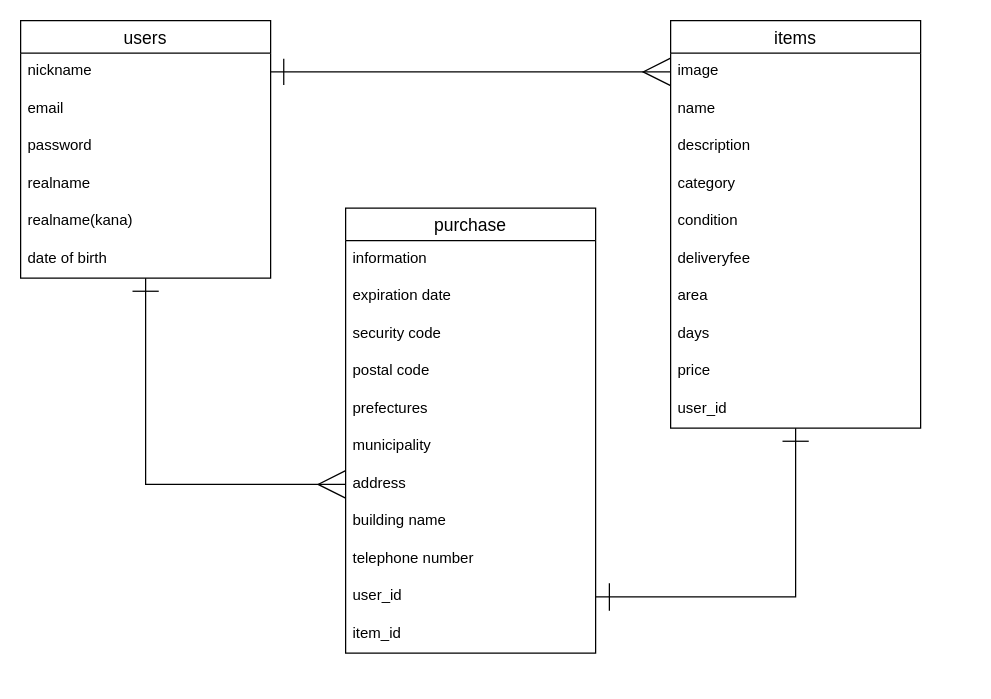
Before: db.dio in yu-suke-sun/furima-32360, a draw.io diagram. Source tidied: cells renumbered, new cells numbered last; positions are measured from the earlier drawing's top-left corner, leaving out a move shared by most shapes. Both pictures are drawn from the tidied source at 125%, with x=0, y=0 at pixel (20, 20).
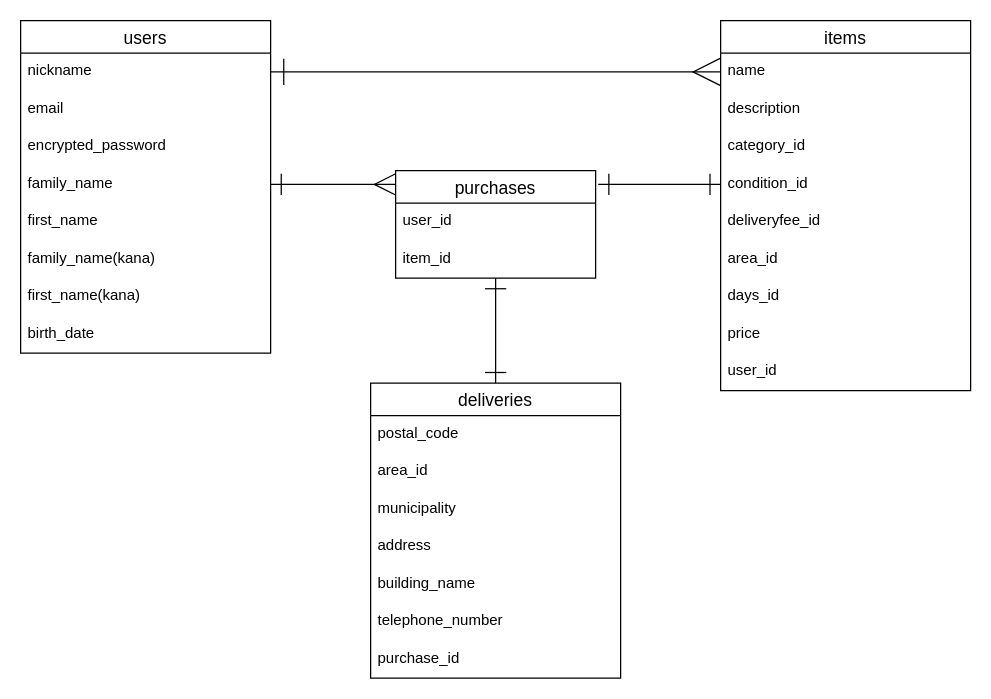
The same page after the edit.

Commit message (it also covers changes not shown here):
データベース設計の編集

The change refers to these unchanged cells:
```xml
<mxCell id="4" value="nickname" style="text;strokeColor=none;fillColor=none;spacingLeft=4;spacingRight=4;overflow=hidden;points=[[0,0.5],[1,0.5]];portConstraint=eastwest;fontSize=12;" parent="3" vertex="1">
  <mxGeometry y="26" width="200" height="30" as="geometry" />
</mxCell>
```

Diff of the diagram source:
```diff
@@
-    <mxCell id="2" style="edgeStyle=orthogonalEdgeStyle;rounded=0;jumpSize=5;jettySize=auto;html=1;startArrow=ERone;startFill=0;startSize=19;endSize=20;targetPerimeterSpacing=0;strokeWidth=1;fontFamily=Helvetica;fontSize=40;align=center;endArrow=ERmany;endFill=0;" parent="1" edge="1" source="3" target="29">
-      <mxGeometry relative="1" as="geometry" />
-    </mxCell>
     <mxCell id="3" value="users" style="swimlane;fontStyle=0;horizontal=1;startSize=26;align=center;fontSize=14;" parent="1" vertex="1">
-      <mxGeometry width="200" height="206" as="geometry" />
+      <mxGeometry width="200" height="266" as="geometry" />
     </mxCell>
@@
-    <mxCell id="6" value="password" style="text;strokeColor=none;fillColor=none;spacingLeft=4;spacingRight=4;overflow=hidden;fontSize=12;" parent="3" vertex="1">
+    <mxCell id="6" value="encrypted_password" style="text;strokeColor=none;fillColor=none;spacingLeft=4;spacingRight=4;overflow=hidden;fontSize=12;" parent="3" vertex="1">
       <mxGeometry y="86" width="200" height="30" as="geometry" />
     </mxCell>
-    <mxCell id="7" value="realname" style="text;strokeColor=none;fillColor=none;spacingLeft=4;spacingRight=4;overflow=hidden;points=[[0,0.5],[1,0.5]];portConstraint=eastwest;fontSize=12;" parent="3" vertex="1">
+    <mxCell id="7" value="family_name" style="text;strokeColor=none;fillColor=none;spacingLeft=4;spacingRight=4;overflow=hidden;points=[[0,0.5],[1,0.5]];portConstraint=eastwest;fontSize=12;" parent="3" vertex="1">
       <mxGeometry y="116" width="200" height="30" as="geometry" />
     </mxCell>
-    <mxCell id="8" value="realname(kana)" style="text;strokeColor=none;fillColor=none;spacingLeft=4;spacingRight=4;overflow=hidden;fontSize=12;" parent="3" vertex="1">
+    <mxCell id="8" value="first_name" style="text;strokeColor=none;fillColor=none;spacingLeft=4;spacingRight=4;overflow=hidden;fontSize=12;" parent="3" vertex="1">
       <mxGeometry y="146" width="200" height="30" as="geometry" />
     </mxCell>
+    <mxCell id="35" value="family_name(kana)" style="text;strokeColor=none;fillColor=none;spacingLeft=4;spacingRight=4;overflow=hidden;fontSize=12;" parent="3" vertex="1">
+      <mxGeometry y="176" width="200" height="30" as="geometry" />
+    </mxCell>
+    <mxCell id="36" value="first_name(kana)" style="text;strokeColor=none;fillColor=none;spacingLeft=4;spacingRight=4;overflow=hidden;fontSize=12;" parent="3" vertex="1">
+      <mxGeometry y="206" width="200" height="30" as="geometry" />
+    </mxCell>
-    <mxCell id="9" value="date of birth" style="text;strokeColor=none;fillColor=none;spacingLeft=4;spacingRight=4;overflow=hidden;fontSize=12;" parent="3" vertex="1">
-      <mxGeometry y="176" width="200" height="30" as="geometry" />
+    <mxCell id="9" value="birth_date" style="text;strokeColor=none;fillColor=none;spacingLeft=4;spacingRight=4;overflow=hidden;fontSize=12;" parent="3" vertex="1">
+      <mxGeometry y="236" width="200" height="30" as="geometry" />
     </mxCell>
-    <mxCell id="10" style="edgeStyle=orthogonalEdgeStyle;rounded=0;jumpSize=5;jettySize=auto;html=1;startArrow=ERone;startFill=0;startSize=19;endArrow=ERone;endFill=0;endSize=20;targetPerimeterSpacing=0;strokeWidth=1;fontFamily=Helvetica;fontSize=40;align=center;entryX=1;entryY=0.5;entryDx=0;entryDy=0;" parent="1" edge="1" source="11" target="32">
-      <mxGeometry relative="1" as="geometry" />
-    </mxCell>
     <mxCell id="11" value="items" style="swimlane;fontStyle=0;horizontal=1;startSize=26;align=center;fontSize=14;" parent="1" vertex="1">
-      <mxGeometry x="520" width="200" height="326" as="geometry" />
+      <mxGeometry x="560" width="200" height="296" as="geometry" />
     </mxCell>
-    <mxCell id="12" value="image" style="text;strokeColor=none;fillColor=none;spacingLeft=4;spacingRight=4;overflow=hidden;points=[[0,0.5],[1,0.5]];portConstraint=eastwest;fontSize=12;" parent="11" vertex="1">
-      <mxGeometry y="26" width="200" height="30" as="geometry" />
-    </mxCell>
     <mxCell id="13" value="name" style="text;strokeColor=none;fillColor=none;spacingLeft=4;spacingRight=4;overflow=hidden;points=[[0,0.5],[1,0.5]];portConstraint=eastwest;fontSize=12;" parent="11" vertex="1">
-      <mxGeometry y="56" width="200" height="30" as="geometry" />
+      <mxGeometry y="26" width="200" height="30" as="geometry" />
     </mxCell>
     <mxCell id="14" value="description" style="text;strokeColor=none;fillColor=none;spacingLeft=4;spacingRight=4;overflow=hidden;fontSize=12;" parent="11" vertex="1">
-      <mxGeometry y="86" width="200" height="30" as="geometry" />
+      <mxGeometry y="56" width="200" height="30" as="geometry" />
     </mxCell>
-    <mxCell id="15" value="category" style="text;strokeColor=none;fillColor=none;spacingLeft=4;spacingRight=4;overflow=hidden;fontSize=12;" parent="11" vertex="1">
-      <mxGeometry y="116" width="200" height="30" as="geometry" />
+    <mxCell id="15" value="category_id" style="text;strokeColor=none;fillColor=none;spacingLeft=4;spacingRight=4;overflow=hidden;fontSize=12;" parent="11" vertex="1">
+      <mxGeometry y="86" width="200" height="30" as="geometry" />
     </mxCell>
-    <mxCell id="16" value="condition" style="text;strokeColor=none;fillColor=none;spacingLeft=4;spacingRight=4;overflow=hidden;points=[[0,0.5],[1,0.5]];portConstraint=eastwest;fontSize=12;" parent="11" vertex="1">
-      <mxGeometry y="146" width="200" height="30" as="geometry" />
+    <mxCell id="16" value="condition_id" style="text;strokeColor=none;fillColor=none;spacingLeft=4;spacingRight=4;overflow=hidden;points=[[0,0.5],[1,0.5]];portConstraint=eastwest;fontSize=12;" parent="11" vertex="1">
+      <mxGeometry y="116" width="200" height="30" as="geometry" />
     </mxCell>
-    <mxCell id="17" value="deliveryfee" style="text;strokeColor=none;fillColor=none;spacingLeft=4;spacingRight=4;overflow=hidden;fontSize=12;" parent="11" vertex="1">
-      <mxGeometry y="176" width="200" height="30" as="geometry" />
+    <mxCell id="17" value="deliveryfee_id" style="text;strokeColor=none;fillColor=none;spacingLeft=4;spacingRight=4;overflow=hidden;fontSize=12;" parent="11" vertex="1">
+      <mxGeometry y="146" width="200" height="30" as="geometry" />
     </mxCell>
-    <mxCell id="18" value="area" style="text;strokeColor=none;fillColor=none;spacingLeft=4;spacingRight=4;overflow=hidden;fontSize=12;" parent="11" vertex="1">
-      <mxGeometry y="206" width="200" height="30" as="geometry" />
+    <mxCell id="18" value="area_id" style="text;strokeColor=none;fillColor=none;spacingLeft=4;spacingRight=4;overflow=hidden;fontSize=12;" parent="11" vertex="1">
+      <mxGeometry y="176" width="200" height="30" as="geometry" />
     </mxCell>
-    <mxCell id="19" value="days" style="text;strokeColor=none;fillColor=none;spacingLeft=4;spacingRight=4;overflow=hidden;fontSize=12;" parent="11" vertex="1">
-      <mxGeometry y="236" width="200" height="30" as="geometry" />
+    <mxCell id="19" value="days_id" style="text;strokeColor=none;fillColor=none;spacingLeft=4;spacingRight=4;overflow=hidden;fontSize=12;" parent="11" vertex="1">
+      <mxGeometry y="206" width="200" height="30" as="geometry" />
     </mxCell>
     <mxCell id="20" value="price" style="text;strokeColor=none;fillColor=none;spacingLeft=4;spacingRight=4;overflow=hidden;fontSize=12;" parent="11" vertex="1">
-      <mxGeometry y="266" width="200" height="30" as="geometry" />
+      <mxGeometry y="236" width="200" height="30" as="geometry" />
     </mxCell>
     <mxCell id="21" value="user_id" style="text;strokeColor=none;fillColor=none;spacingLeft=4;spacingRight=4;overflow=hidden;fontSize=12;" parent="11" vertex="1">
-      <mxGeometry y="296" width="200" height="30" as="geometry" />
+      <mxGeometry y="266" width="200" height="30" as="geometry" />
     </mxCell>
-    <mxCell id="22" value="purchase" style="swimlane;fontStyle=0;horizontal=1;startSize=26;align=center;fontSize=14;" parent="1" vertex="1">
-      <mxGeometry x="260" y="150" width="200" height="356" as="geometry" />
+    <mxCell id="22" value="deliveries" style="swimlane;fontStyle=0;horizontal=1;startSize=26;align=center;fontSize=14;" parent="1" vertex="1">
+      <mxGeometry x="280" y="290" width="200" height="236" as="geometry" />
     </mxCell>
-    <mxCell id="23" value="information" style="text;strokeColor=none;fillColor=none;spacingLeft=4;spacingRight=4;overflow=hidden;fontSize=12;" parent="22" vertex="1">
-      <mxGeometry y="26" width="200" height="30" as="geometry" />
-    </mxCell>
-    <mxCell id="24" value="expiration date" style="text;strokeColor=none;fillColor=none;spacingLeft=4;spacingRight=4;overflow=hidden;fontSize=12;" parent="22" vertex="1">
-      <mxGeometry y="56" width="200" height="30" as="geometry" />
-    </mxCell>
-    <mxCell id="25" value="security code" style="text;strokeColor=none;fillColor=none;spacingLeft=4;spacingRight=4;overflow=hidden;fontSize=12;" parent="22" vertex="1">
-      <mxGeometry y="86" width="200" height="30" as="geometry" />
-    </mxCell>
-    <mxCell id="26" value="postal code" style="text;strokeColor=none;fillColor=none;spacingLeft=4;spacingRight=4;overflow=hidden;fontSize=12;" parent="22" vertex="1">
-      <mxGeometry y="116" width="200" height="30" as="geometry" />
+    <mxCell id="26" value="postal_code" style="text;strokeColor=none;fillColor=none;spacingLeft=4;spacingRight=4;overflow=hidden;fontSize=12;" parent="22" vertex="1">
+      <mxGeometry y="26" width="200" height="30" as="geometry" />
     </mxCell>
-    <mxCell id="27" value="prefectures" style="text;strokeColor=none;fillColor=none;spacingLeft=4;spacingRight=4;overflow=hidden;fontSize=12;" parent="22" vertex="1">
-      <mxGeometry y="146" width="200" height="30" as="geometry" />
+    <mxCell id="27" value="area_id" style="text;strokeColor=none;fillColor=none;spacingLeft=4;spacingRight=4;overflow=hidden;fontSize=12;" parent="22" vertex="1">
+      <mxGeometry y="56" width="200" height="30" as="geometry" />
     </mxCell>
     <mxCell id="28" value="municipality" style="text;strokeColor=none;fillColor=none;spacingLeft=4;spacingRight=4;overflow=hidden;fontSize=12;" parent="22" vertex="1">
-      <mxGeometry y="176" width="200" height="30" as="geometry" />
+      <mxGeometry y="86" width="200" height="30" as="geometry" />
     </mxCell>
     <mxCell id="29" value="address" style="text;strokeColor=none;fillColor=none;spacingLeft=4;spacingRight=4;overflow=hidden;points=[[0,0.5],[1,0.5]];portConstraint=eastwest;fontSize=12;" parent="22" vertex="1">
-      <mxGeometry y="206" width="200" height="30" as="geometry" />
+      <mxGeometry y="116" width="200" height="30" as="geometry" />
     </mxCell>
-    <mxCell id="30" value="building name" style="text;strokeColor=none;fillColor=none;spacingLeft=4;spacingRight=4;overflow=hidden;fontSize=12;" parent="22" vertex="1">
-      <mxGeometry y="236" width="200" height="30" as="geometry" />
+    <mxCell id="30" value="building_name" style="text;strokeColor=none;fillColor=none;spacingLeft=4;spacingRight=4;overflow=hidden;fontSize=12;" parent="22" vertex="1">
+      <mxGeometry y="146" width="200" height="30" as="geometry" />
     </mxCell>
-    <mxCell id="31" value="telephone number" style="text;strokeColor=none;fillColor=none;spacingLeft=4;spacingRight=4;overflow=hidden;fontSize=12;" parent="22" vertex="1">
-      <mxGeometry y="266" width="200" height="30" as="geometry" />
+    <mxCell id="31" value="telephone_number" style="text;strokeColor=none;fillColor=none;spacingLeft=4;spacingRight=4;overflow=hidden;fontSize=12;" parent="22" vertex="1">
+      <mxGeometry y="176" width="200" height="30" as="geometry" />
     </mxCell>
-    <mxCell id="32" value="user_id" style="text;strokeColor=none;fillColor=none;spacingLeft=4;spacingRight=4;overflow=hidden;points=[[0,0.5],[1,0.5]];portConstraint=eastwest;fontSize=12;" parent="22" vertex="1">
-      <mxGeometry y="296" width="200" height="30" as="geometry" />
+    <mxCell id="32" value="purchase_id" style="text;strokeColor=none;fillColor=none;spacingLeft=4;spacingRight=4;overflow=hidden;points=[[0,0.5],[1,0.5]];portConstraint=eastwest;fontSize=12;" parent="22" vertex="1">
+      <mxGeometry y="206" width="200" height="30" as="geometry" />
     </mxCell>
+    <mxCell id="34" style="edgeStyle=entityRelationEdgeStyle;fontSize=40;html=1;endArrow=ERmany;exitX=1;exitY=0.5;exitDx=0;exitDy=0;strokeWidth=1;jumpSize=5;startArrow=ERone;startFill=0;fontStyle=0;fontFamily=Helvetica;rounded=0;align=center;targetPerimeterSpacing=0;startSize=19;endSize=20;entryX=0;entryY=0.5;entryDx=0;entryDy=0;" parent="1" edge="1" source="4" target="13">
+      <mxGeometry relative="1" as="geometry" />
+    </mxCell>
+    <mxCell id="37" style="edgeStyle=orthogonalEdgeStyle;rounded=0;jettySize=auto;html=1;startArrow=ERone;startFill=0;startSize=15;endArrow=ERone;endFill=0;endSize=15;" parent="1" edge="1" source="38" target="22">
+      <mxGeometry relative="1" as="geometry" />
+    </mxCell>
+    <mxCell id="38" value="purchases" style="swimlane;fontStyle=0;horizontal=1;startSize=26;align=center;fontSize=14;" parent="1" vertex="1">
+      <mxGeometry x="300" y="120" width="160" height="86" as="geometry" />
+    </mxCell>
+    <mxCell id="39" value="user_id" style="text;strokeColor=none;fillColor=none;spacingLeft=4;spacingRight=4;overflow=hidden;fontSize=12;" parent="38" vertex="1">
+      <mxGeometry y="26" width="160" height="30" as="geometry" />
+    </mxCell>
-    <mxCell id="33" value="item_id" style="text;strokeColor=none;fillColor=none;spacingLeft=4;spacingRight=4;overflow=hidden;fontSize=12;" parent="22" vertex="1">
-      <mxGeometry y="326" width="200" height="30" as="geometry" />
+    <mxCell id="33" value="item_id" style="text;strokeColor=none;fillColor=none;spacingLeft=4;spacingRight=4;overflow=hidden;fontSize=12;" parent="38" vertex="1">
+      <mxGeometry y="56" width="160" height="30" as="geometry" />
     </mxCell>
-    <mxCell id="34" style="edgeStyle=entityRelationEdgeStyle;fontSize=40;html=1;endArrow=ERmany;exitX=1;exitY=0.5;exitDx=0;exitDy=0;strokeWidth=1;jumpSize=5;startArrow=ERone;startFill=0;fontStyle=0;fontFamily=Helvetica;rounded=0;align=center;targetPerimeterSpacing=0;startSize=19;endSize=20;entryX=0;entryY=0.5;entryDx=0;entryDy=0;" parent="1" edge="1" source="4" target="12">
-      <mxGeometry relative="1" as="geometry" />
-    </mxCell>
+    <mxCell id="40" style="edgeStyle=orthogonalEdgeStyle;rounded=0;jettySize=auto;html=1;endArrow=ERmany;endFill=0;startArrow=ERone;startFill=0;endSize=15;startSize=15;" parent="1" edge="1" source="7">
+      <mxGeometry relative="1" as="geometry">
+        <mxPoint x="300" y="131" as="targetPoint" />
+      </mxGeometry>
+    </mxCell>
+    <mxCell id="41" style="edgeStyle=orthogonalEdgeStyle;rounded=0;jettySize=auto;html=1;exitX=0;exitY=0.5;exitDx=0;exitDy=0;entryX=1.013;entryY=0.128;entryDx=0;entryDy=0;entryPerimeter=0;startArrow=ERone;startFill=0;startSize=15;endArrow=ERone;endFill=0;endSize=15;" parent="1" edge="1" source="16" target="38">
+      <mxGeometry relative="1" as="geometry" />
+    </mxCell>
```
